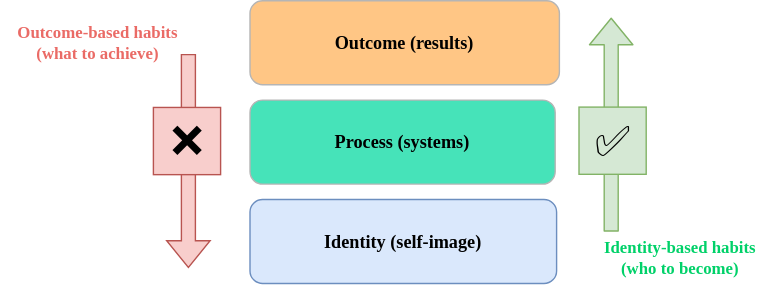
This is Atomic_Habits/Layers_of_Behavioural_Change.drawio.svg from datkumar/my-diagrams, a draw.io export, as it was before one commit. Source tidied: cells renumbered, new cells last; positions are measured from the earlier drawing's top-left corner, leaving out a move shared by most shapes. The source it was exported from:
```xml
<mxGraphModel>
  <root>
    <mxCell id="0" />
    <mxCell id="1" parent="0" />
    <mxCell id="2" value="&lt;p style=&quot;font-size: 13px;&quot;&gt;Outcome (results)&lt;br style=&quot;font-size: 13px;&quot;&gt;&lt;/p&gt;" style="rounded=1;whiteSpace=wrap;html=1;arcSize=15;strokeColor=#B5B5B5;fontFamily=Poppins;fontColor=#000000;labelBackgroundColor=none;labelBorderColor=none;fillColor=#FFC685;fontSource=https%3A%2F%2Ffonts.googleapis.com%2Fcss%3Ffamily%3DPoppins;fontSize=13;fontStyle=1;" parent="1" vertex="1">
      <mxGeometry x="178" width="221" height="60" as="geometry" />
    </mxCell>
    <mxCell id="3" value="&lt;p style=&quot;font-size: 13px;&quot;&gt;Process (systems)&lt;br style=&quot;font-size: 13px;&quot;&gt;&lt;/p&gt;" style="rounded=1;whiteSpace=wrap;html=1;arcSize=15;strokeColor=#B5B5B5;fontFamily=Poppins;fontColor=#000000;labelBackgroundColor=none;labelBorderColor=none;fillColor=#46E3B9;fontSource=https%3A%2F%2Ffonts.googleapis.com%2Fcss%3Ffamily%3DPoppins;fontSize=13;fontStyle=1;" parent="1" vertex="1">
      <mxGeometry x="178" y="71" width="218" height="60" as="geometry" />
    </mxCell>
    <mxCell id="4" value="&lt;p style=&quot;font-size: 13px;&quot;&gt;Identity (self-image)&lt;br style=&quot;font-size: 13px;&quot;&gt;&lt;/p&gt;" style="rounded=1;whiteSpace=wrap;html=1;arcSize=15;strokeColor=#6c8ebf;fontFamily=Poppins;labelBackgroundColor=none;labelBorderColor=none;fillColor=#dae8fc;fontSource=https%3A%2F%2Ffonts.googleapis.com%2Fcss%3Ffamily%3DPoppins;fontSize=13;fontStyle=1;" parent="1" vertex="1">
      <mxGeometry x="178" y="142" width="219" height="60" as="geometry" />
    </mxCell>
    <mxCell id="5" style="edgeStyle=none;orthogonalLoop=1;jettySize=auto;html=1;fontColor=#B5B5B5;labelBackgroundColor=none;labelBorderColor=none;strokeColor=#82b366;curved=1;shape=flexArrow;fontFamily=Poppins;fontSource=https%3A%2F%2Ffonts.googleapis.com%2Fcss%3Ffamily%3DPoppins;fillColor=#d5e8d4;" parent="1" edge="1">
      <mxGeometry relative="1" as="geometry">
        <mxPoint x="436" y="165" as="sourcePoint" />
        <mxPoint x="436" y="12" as="targetPoint" />
      </mxGeometry>
    </mxCell>
    <mxCell id="6" style="edgeStyle=none;orthogonalLoop=1;jettySize=auto;html=1;rounded=0;fontColor=#FFB3B3;labelBackgroundColor=none;labelBorderColor=none;strokeColor=#b85450;shape=flexArrow;fontFamily=Poppins;fontSource=https%3A%2F%2Ffonts.googleapis.com%2Fcss%3Ffamily%3DPoppins;fillColor=#f8cecc;" parent="1" edge="1">
      <mxGeometry relative="1" as="geometry">
        <mxPoint x="134" y="38" as="sourcePoint" />
        <mxPoint x="134" y="191" as="targetPoint" />
      </mxGeometry>
    </mxCell>
    <mxCell id="7" value="❌" style="text;html=1;align=center;verticalAlign=middle;strokeColor=#b85450;fillColor=#f8cecc;fontSize=30;fontFamily=Poppins;fontSource=https%3A%2F%2Ffonts.googleapis.com%2Fcss%3Ffamily%3DPoppins;" parent="1" vertex="1">
      <mxGeometry x="109" y="76.2" width="48" height="48" as="geometry" />
    </mxCell>
    <mxCell id="8" value="✅" style="text;html=1;align=center;verticalAlign=middle;strokeColor=#82b366;fillColor=#d5e8d4;fontSize=30;fontFamily=Poppins;fontSource=https%3A%2F%2Ffonts.googleapis.com%2Fcss%3Ffamily%3DPoppins;" parent="1" vertex="1">
      <mxGeometry x="413" y="76" width="48" height="48" as="geometry" />
    </mxCell>
    <mxCell id="9" value="&lt;div&gt;Identity-based habits&lt;/div&gt;&lt;div&gt;(who to become)&lt;br&gt;&lt;/div&gt;" style="text;html=1;align=center;verticalAlign=middle;strokeColor=none;fillColor=none;fontFamily=Comic Sans MS;fontColor=#00D169;fontStyle=1;" parent="1" vertex="1">
      <mxGeometry x="413" y="163" width="144" height="41" as="geometry" />
    </mxCell>
    <mxCell id="10" value="&lt;div&gt;Outcome-based habits&lt;/div&gt;&lt;div&gt;(what to achieve)&lt;br&gt;&lt;/div&gt;" style="text;html=1;align=center;verticalAlign=middle;strokeColor=none;fillColor=none;fontFamily=Lucida Console;fontColor=#EA6B66;fontStyle=1;" parent="1" vertex="1">
      <mxGeometry y="9.5" width="138" height="41" as="geometry" />
    </mxCell>
  </root>
</mxGraphModel>
```
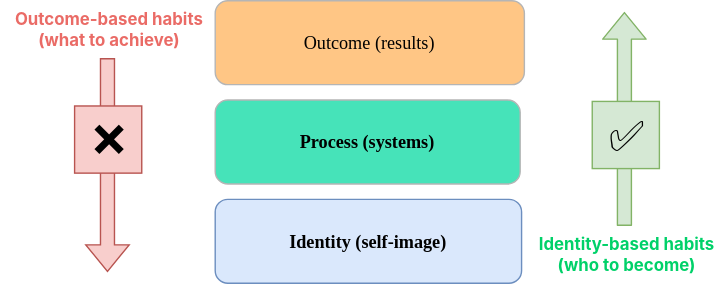
The same file after the commit.

Change to the diagram source:
```diff
@@ -2,38 +2,38 @@
   <root>
     <mxCell id="0" />
     <mxCell id="1" parent="0" />
-    <mxCell id="2" value="&lt;p style=&quot;font-size: 13px;&quot;&gt;Outcome (results)&lt;br style=&quot;font-size: 13px;&quot;&gt;&lt;/p&gt;" style="rounded=1;whiteSpace=wrap;html=1;arcSize=15;strokeColor=#B5B5B5;fontFamily=Poppins;fontColor=#000000;labelBackgroundColor=none;labelBorderColor=none;fillColor=#FFC685;fontSource=https%3A%2F%2Ffonts.googleapis.com%2Fcss%3Ffamily%3DPoppins;fontSize=13;fontStyle=1;" parent="1" vertex="1">
+    <mxCell id="2" value="&lt;p style=&quot;font-size: 13px;&quot;&gt;&lt;font face=&quot;Rubik&quot;&gt;&lt;span style=&quot;font-weight: normal;&quot;&gt;Outcome (results)&lt;/span&gt;&lt;/font&gt;&lt;br style=&quot;font-size: 13px;&quot;&gt;&lt;/p&gt;" style="rounded=1;whiteSpace=wrap;html=1;arcSize=15;strokeColor=#B5B5B5;fontFamily=Poppins;fontColor=#000000;labelBackgroundColor=none;labelBorderColor=none;fillColor=#FFC685;fontSource=https%3A%2F%2Ffonts.googleapis.com%2Fcss%3Ffamily%3DPoppins;fontSize=13;fontStyle=1;" parent="1" vertex="1">
       <mxGeometry x="178" width="221" height="60" as="geometry" />
     </mxCell>
-    <mxCell id="3" value="&lt;p style=&quot;font-size: 13px;&quot;&gt;Process (systems)&lt;br style=&quot;font-size: 13px;&quot;&gt;&lt;/p&gt;" style="rounded=1;whiteSpace=wrap;html=1;arcSize=15;strokeColor=#B5B5B5;fontFamily=Poppins;fontColor=#000000;labelBackgroundColor=none;labelBorderColor=none;fillColor=#46E3B9;fontSource=https%3A%2F%2Ffonts.googleapis.com%2Fcss%3Ffamily%3DPoppins;fontSize=13;fontStyle=1;" parent="1" vertex="1">
+    <mxCell id="3" value="&lt;p style=&quot;font-size: 13px;&quot;&gt;&lt;font face=&quot;Rubik&quot;&gt;Process (systems)&lt;br style=&quot;font-size: 13px;&quot;&gt;&lt;/font&gt;&lt;/p&gt;" style="rounded=1;whiteSpace=wrap;html=1;arcSize=15;strokeColor=#B5B5B5;fontFamily=Poppins;fontColor=#000000;labelBackgroundColor=none;labelBorderColor=none;fillColor=#46E3B9;fontSource=https%3A%2F%2Ffonts.googleapis.com%2Fcss%3Ffamily%3DPoppins;fontSize=13;fontStyle=1;" parent="1" vertex="1">
       <mxGeometry x="178" y="71" width="218" height="60" as="geometry" />
     </mxCell>
-    <mxCell id="4" value="&lt;p style=&quot;font-size: 13px;&quot;&gt;Identity (self-image)&lt;br style=&quot;font-size: 13px;&quot;&gt;&lt;/p&gt;" style="rounded=1;whiteSpace=wrap;html=1;arcSize=15;strokeColor=#6c8ebf;fontFamily=Poppins;labelBackgroundColor=none;labelBorderColor=none;fillColor=#dae8fc;fontSource=https%3A%2F%2Ffonts.googleapis.com%2Fcss%3Ffamily%3DPoppins;fontSize=13;fontStyle=1;" parent="1" vertex="1">
+    <mxCell id="4" value="&lt;p style=&quot;font-size: 13px;&quot;&gt;&lt;font face=&quot;Rubik&quot;&gt;Identity (self-image)&lt;/font&gt;&lt;br style=&quot;font-size: 13px;&quot;&gt;&lt;/p&gt;" style="rounded=1;whiteSpace=wrap;html=1;arcSize=15;strokeColor=#6c8ebf;fontFamily=Poppins;labelBackgroundColor=none;labelBorderColor=none;fillColor=#dae8fc;fontSource=https%3A%2F%2Ffonts.googleapis.com%2Fcss%3Ffamily%3DPoppins;fontSize=13;fontStyle=1;" parent="1" vertex="1">
       <mxGeometry x="178" y="142" width="219" height="60" as="geometry" />
     </mxCell>
     <mxCell id="5" style="edgeStyle=none;orthogonalLoop=1;jettySize=auto;html=1;fontColor=#B5B5B5;labelBackgroundColor=none;labelBorderColor=none;strokeColor=#82b366;curved=1;shape=flexArrow;fontFamily=Poppins;fontSource=https%3A%2F%2Ffonts.googleapis.com%2Fcss%3Ffamily%3DPoppins;fillColor=#d5e8d4;" parent="1" edge="1">
       <mxGeometry relative="1" as="geometry">
-        <mxPoint x="436" y="165" as="sourcePoint" />
-        <mxPoint x="436" y="12" as="targetPoint" />
+        <mxPoint x="470.5" y="161" as="sourcePoint" />
+        <mxPoint x="470.5" y="8" as="targetPoint" />
       </mxGeometry>
     </mxCell>
     <mxCell id="6" style="edgeStyle=none;orthogonalLoop=1;jettySize=auto;html=1;rounded=0;fontColor=#FFB3B3;labelBackgroundColor=none;labelBorderColor=none;strokeColor=#b85450;shape=flexArrow;fontFamily=Poppins;fontSource=https%3A%2F%2Ffonts.googleapis.com%2Fcss%3Ffamily%3DPoppins;fillColor=#f8cecc;" parent="1" edge="1">
       <mxGeometry relative="1" as="geometry">
-        <mxPoint x="134" y="38" as="sourcePoint" />
-        <mxPoint x="134" y="191" as="targetPoint" />
+        <mxPoint x="101" y="41" as="sourcePoint" />
+        <mxPoint x="101" y="194" as="targetPoint" />
       </mxGeometry>
     </mxCell>
     <mxCell id="7" value="❌" style="text;html=1;align=center;verticalAlign=middle;strokeColor=#b85450;fillColor=#f8cecc;fontSize=30;fontFamily=Poppins;fontSource=https%3A%2F%2Ffonts.googleapis.com%2Fcss%3Ffamily%3DPoppins;" parent="1" vertex="1">
-      <mxGeometry x="109" y="76.2" width="48" height="48" as="geometry" />
+      <mxGeometry x="77.5" y="75.2" width="48" height="48" as="geometry" />
     </mxCell>
     <mxCell id="8" value="✅" style="text;html=1;align=center;verticalAlign=middle;strokeColor=#82b366;fillColor=#d5e8d4;fontSize=30;fontFamily=Poppins;fontSource=https%3A%2F%2Ffonts.googleapis.com%2Fcss%3Ffamily%3DPoppins;" parent="1" vertex="1">
-      <mxGeometry x="413" y="76" width="48" height="48" as="geometry" />
+      <mxGeometry x="447.5" y="72" width="48" height="48" as="geometry" />
     </mxCell>
-    <mxCell id="9" value="&lt;div&gt;Identity-based habits&lt;/div&gt;&lt;div&gt;(who to become)&lt;br&gt;&lt;/div&gt;" style="text;html=1;align=center;verticalAlign=middle;strokeColor=none;fillColor=none;fontFamily=Comic Sans MS;fontColor=#00D169;fontStyle=1;" parent="1" vertex="1">
-      <mxGeometry x="413" y="163" width="144" height="41" as="geometry" />
+    <mxCell id="9" value="&lt;div&gt;Identity-based habits&lt;/div&gt;&lt;div&gt;(who to become)&lt;br&gt;&lt;/div&gt;" style="text;html=1;align=center;verticalAlign=middle;strokeColor=none;fillColor=none;fontFamily=Inter;fontColor=#00D169;fontStyle=1;fontSource=https%3A%2F%2Ffonts.googleapis.com%2Fcss%3Ffamily%3DInter;" parent="1" vertex="1">
+      <mxGeometry x="399" y="161" width="145" height="41" as="geometry" />
     </mxCell>
-    <mxCell id="10" value="&lt;div&gt;Outcome-based habits&lt;/div&gt;&lt;div&gt;(what to achieve)&lt;br&gt;&lt;/div&gt;" style="text;html=1;align=center;verticalAlign=middle;strokeColor=none;fillColor=none;fontFamily=Lucida Console;fontColor=#EA6B66;fontStyle=1;" parent="1" vertex="1">
-      <mxGeometry y="9.5" width="138" height="41" as="geometry" />
+    <mxCell id="10" value="&lt;div&gt;Outcome-based habits&lt;/div&gt;&lt;div&gt;(what to achieve)&lt;br&gt;&lt;/div&gt;" style="text;html=1;align=center;verticalAlign=middle;strokeColor=none;fillColor=none;fontFamily=Inter;fontColor=#EA6B66;fontStyle=1;fontSource=https%3A%2F%2Ffonts.googleapis.com%2Fcss%3Ffamily%3DInter;" parent="1" vertex="1">
+      <mxGeometry x="25" width="153" height="41" as="geometry" />
     </mxCell>
   </root>
 </mxGraphModel>
```
